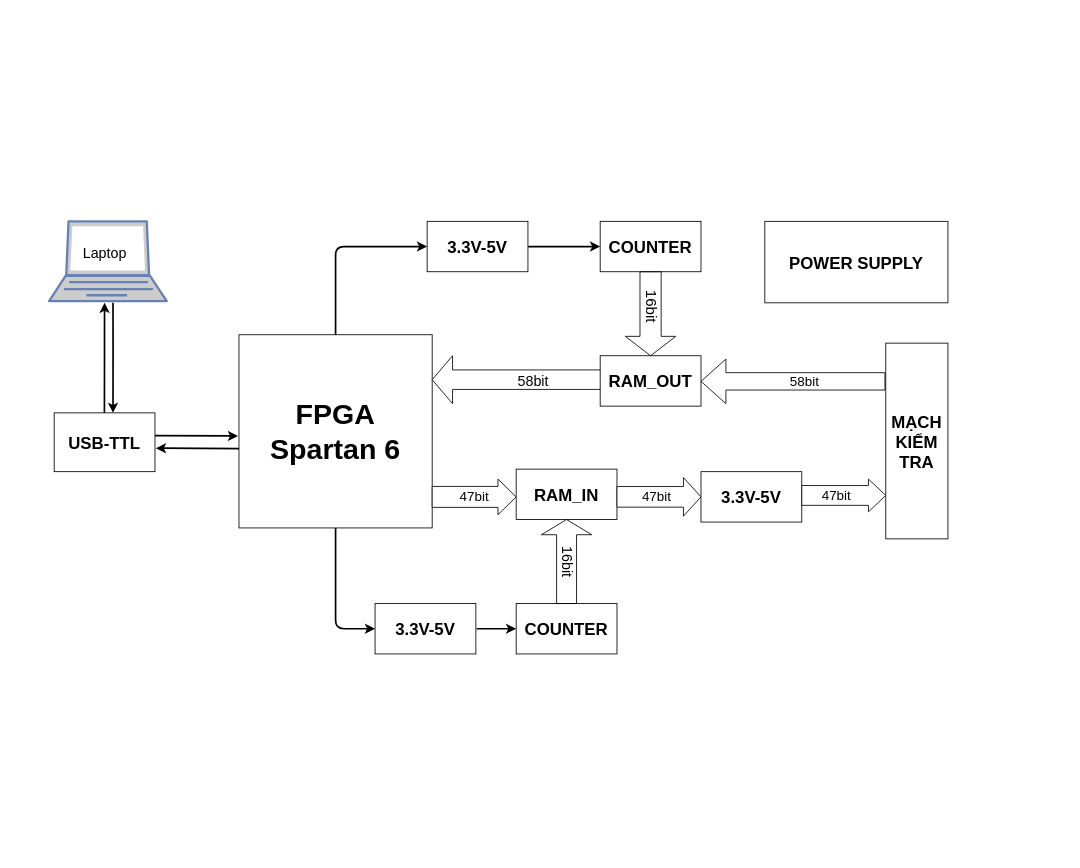
Before: page "Sơ đồ nguyên lý" (2 of 5) of Block diagram/Hardware/Sơ đồ các khối phần cứng.drawio in Bui-Diep/FPGA_TOPIC, a draw.io diagram. Source tidied: cells renumbered, new cells numbered last; positions are measured from the earlier drawing's top-left corner, leaving out a move shared by most shapes. Both pictures are drawn from the tidied source at 84%, with x=0, y=0 at pixel (49, 221).
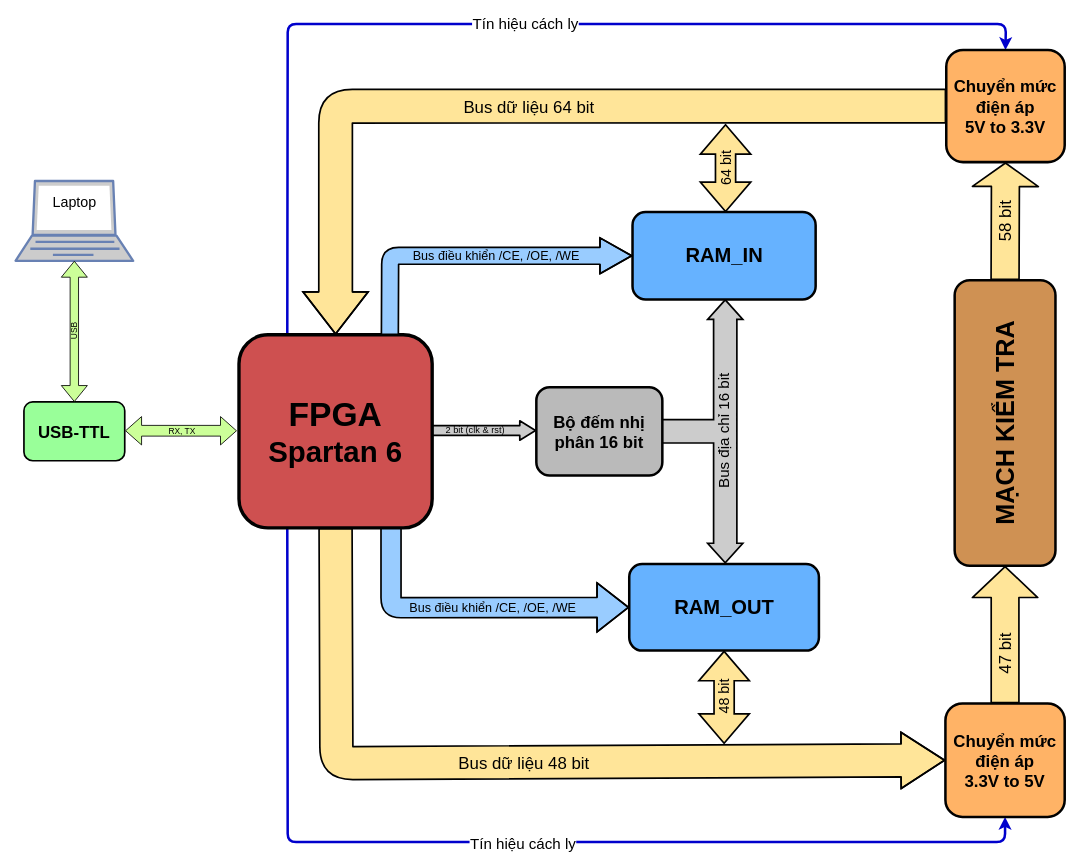
Above is the later version.

What changed in the source:
```diff
@@
-    <mxCell id="2" value="&lt;font style=&quot;font-size: 20px;&quot;&gt;&lt;b&gt;COUNTER&lt;/b&gt;&lt;/font&gt;" style="rounded=0;whiteSpace=wrap;html=1;" parent="1" vertex="1">
-      <mxGeometry x="656" width="120" height="60" as="geometry" />
-    </mxCell>
-    <mxCell id="3" style="edgeStyle=orthogonalEdgeStyle;rounded=1;jettySize=auto;html=1;entryX=0;entryY=0.5;entryDx=0;entryDy=0;strokeWidth=2;" parent="1" edge="1" source="4" target="36">
-      <mxGeometry relative="1" as="geometry" />
-    </mxCell>
+    <mxCell id="37" value="&lt;p style=&quot;line-height: 0%;&quot;&gt;&lt;font style=&quot;font-size: 18px;&quot;&gt;Bus địa chỉ 16 bit&lt;/font&gt;&lt;/p&gt;" style="html=1;shadow=0;dashed=0;align=center;verticalAlign=bottom;shape=mxgraph.arrows2.triadArrow;dy=7.07;dx=23.31;arrowHead=41.85;fontFamily=Helvetica;fontSize=24;fontColor=default;strokeColor=default;strokeWidth=2;fillColor=#CCCCCC;rotation=-90;horizontal=1;spacingBottom=-4;" parent="1" vertex="1">
+      <mxGeometry x="603.4" y="184.1" width="313" height="131.8" as="geometry" />
+    </mxCell>
+    <mxCell id="38" value="Tín hiệu cách ly" style="edgeStyle=none;exitX=0.25;exitY=1;exitDx=0;exitDy=0;entryX=0.5;entryY=1;entryDx=0;entryDy=0;strokeWidth=3;fontSize=18;strokeColor=#0000CC;labelBorderColor=none;html=1;" parent="1" edge="1" source="4" target="7">
+      <mxGeometry x="0.04" y="-3" relative="1" as="geometry">
+        <Array as="points">
+          <mxPoint x="284" y="739" />
+          <mxPoint x="1138" y="739" />
+        </Array>
+      </mxGeometry>
+    </mxCell>
+    <mxCell id="39" value="Tín hiệu cách ly" style="edgeStyle=none;fillStyle=auto;html=1;exitX=0.25;exitY=0;exitDx=0;exitDy=0;strokeWidth=3;fontSize=18;fillColor=none;entryX=0.5;entryY=0;entryDx=0;entryDy=0;labelBackgroundColor=default;fontColor=default;strokeColor=#0000CC;" parent="1" edge="1" source="4" target="47">
+      <mxGeometry x="0.04" relative="1" as="geometry">
+        <Array as="points">
+          <mxPoint x="284" y="-235" />
+          <mxPoint x="1139" y="-235" />
+        </Array>
+      </mxGeometry>
+    </mxCell>
-    <mxCell id="4" value="&lt;font style=&quot;font-size: 34px;&quot;&gt;&lt;b&gt;FPGA&lt;br&gt;Spartan 6&lt;br&gt;&lt;/b&gt;&lt;/font&gt;" style="whiteSpace=wrap;html=1;" parent="1" vertex="1">
+    <mxCell id="4" value="&lt;font style=&quot;&quot;&gt;&lt;b style=&quot;&quot;&gt;&lt;font style=&quot;font-size: 40px;&quot;&gt;FPGA&lt;/font&gt;&lt;br&gt;&lt;font style=&quot;font-size: 35px;&quot;&gt;Spartan 6&lt;/font&gt;&lt;br&gt;&lt;/b&gt;&lt;/font&gt;" style="rounded=1;whiteSpace=wrap;html=1;fontFamily=Helvetica;fontSize=12;fontColor=default;align=center;strokeColor=default;strokeWidth=4;fillColor=#ce5050;" parent="1" vertex="1">
       <mxGeometry x="226" y="135" width="230" height="230" as="geometry" />
     </mxCell>
-    <mxCell id="5" style="shape=singleArrow;direction=west;whiteSpace=wrap;html=1;fontSize=34;arrowWidth=0.4071389790815993;arrowSize=0.11767672119549388;" parent="1" vertex="1">
-      <mxGeometry x="456" y="160" width="206" height="57" as="geometry" />
-    </mxCell>
-    <mxCell id="6" style="shape=singleArrow;whiteSpace=wrap;html=1;fontSize=20;arrowWidth=0.5866661919487853;arrowSize=0.21666666666666742;" parent="1" vertex="1">
-      <mxGeometry x="456" y="306.8" width="100" height="42.5" as="geometry" />
-    </mxCell>
-    <mxCell id="7" value="&lt;font style=&quot;font-size: 20px;&quot;&gt;&lt;b&gt;3.3V-5V&lt;/b&gt;&lt;/font&gt;" style="rounded=0;whiteSpace=wrap;html=1;" parent="1" vertex="1">
-      <mxGeometry x="776" y="298" width="120" height="60" as="geometry" />
+    <mxCell id="7" value="&lt;font style=&quot;font-size: 20px;&quot;&gt;&lt;b&gt;Chuyển mức điện áp &lt;br&gt;3.3V to 5V&lt;/b&gt;&lt;/font&gt;" style="rounded=1;whiteSpace=wrap;html=1;fontFamily=Helvetica;fontSize=12;fontColor=default;align=center;strokeColor=default;fillColor=#FFB366;strokeWidth=3;" parent="1" vertex="1">
+      <mxGeometry x="1067" y="574" width="142" height="135" as="geometry" />
     </mxCell>
-    <mxCell id="8" value="47bit" style="text;html=1;align=center;verticalAlign=middle;strokeColor=none;fillColor=none;fontSize=16;" parent="1" vertex="1">
-      <mxGeometry x="476" y="313" width="60" height="30" as="geometry" />
-    </mxCell>
+    <mxCell id="17" value="&lt;font size=&quot;1&quot; style=&quot;&quot;&gt;&lt;b style=&quot;font-size: 24px;&quot;&gt;RAM_IN&lt;/b&gt;&lt;/font&gt;" style="rounded=1;whiteSpace=wrap;html=1;fontFamily=Helvetica;fontSize=12;fontColor=default;align=center;strokeColor=default;strokeWidth=3;fillColor=#66B2FF;" parent="1" vertex="1">
+      <mxGeometry x="694.5" y="-11" width="218" height="104" as="geometry" />
+    </mxCell>
+    <mxCell id="26" value="&lt;b&gt;USB-TTL&lt;/b&gt;" style="rounded=1;whiteSpace=wrap;html=1;shadow=0;fontFamily=Helvetica;fontSize=20;fontColor=default;align=center;strokeColor=default;fillColor=#99FF99;strokeWidth=2;" parent="1" vertex="1">
+      <mxGeometry x="-30" y="215" width="120" height="70" as="geometry" />
+    </mxCell>
+    <mxCell id="29" style="fontColor=#0066CC;verticalAlign=top;verticalLabelPosition=bottom;labelPosition=center;align=center;html=1;outlineConnect=0;fillColor=#CCCCCC;strokeColor=#6881B3;gradientColor=none;gradientDirection=north;strokeWidth=2;shape=mxgraph.networks.laptop;fontSize=17;" parent="1" vertex="1">
+      <mxGeometry x="-40" y="-48" width="140" height="95" as="geometry" />
+    </mxCell>
+    <mxCell id="32" value="&lt;font color=&quot;#000000&quot;&gt;Laptop&lt;/font&gt;" style="text;html=1;align=center;verticalAlign=middle;fontSize=17;strokeColor=none;strokeWidth=1;" parent="1" vertex="1">
+      <mxGeometry x="-7.5" y="-39" width="75" height="35" as="geometry" />
+    </mxCell>
+    <mxCell id="40" value="&lt;font size=&quot;1&quot; style=&quot;&quot;&gt;&lt;b style=&quot;font-size: 24px;&quot;&gt;RAM_OUT&lt;/b&gt;&lt;/font&gt;" style="rounded=1;whiteSpace=wrap;html=1;fontFamily=Helvetica;fontSize=12;fontColor=default;align=center;strokeColor=default;strokeWidth=3;fillColor=#66B2FF;" parent="1" vertex="1">
+      <mxGeometry x="690.6" y="408" width="225.8" height="103" as="geometry" />
+    </mxCell>
+    <mxCell id="41" value="&lt;font style=&quot;font-size: 20px;&quot;&gt;&lt;b&gt;Bộ đếm nhị phân 16 bit&lt;br&gt;&lt;/b&gt;&lt;/font&gt;" style="rounded=1;whiteSpace=wrap;html=1;fontFamily=Helvetica;fontSize=12;fontColor=default;align=center;strokeColor=default;strokeWidth=3;fillColor=#BABABA;" parent="1" vertex="1">
+      <mxGeometry x="580" y="197.5" width="150" height="105" as="geometry" />
+    </mxCell>
-    <mxCell id="9" value="&lt;font style=&quot;font-size: 20px;&quot;&gt;&lt;b&gt;MẠCH KIỂM TRA&lt;/b&gt;&lt;/font&gt;" style="rounded=0;whiteSpace=wrap;html=1;fontSize=20;" parent="1" vertex="1">
-      <mxGeometry x="996" y="145" width="74" height="233" as="geometry" />
+    <mxCell id="9" value="MẠCH KIỂM TRA" style="rounded=1;whiteSpace=wrap;html=1;strokeWidth=3;fontSize=30;horizontal=0;fontStyle=1;fillColor=#CF9153;" parent="1" vertex="1">
+      <mxGeometry x="1078" y="70" width="120" height="340" as="geometry" />
     </mxCell>
-    <mxCell id="10" value="&lt;font size=&quot;1&quot; style=&quot;&quot;&gt;&lt;b style=&quot;font-size: 20px;&quot;&gt;RAM_IN&lt;/b&gt;&lt;/font&gt;" style="rounded=0;whiteSpace=wrap;html=1;" parent="1" vertex="1">
-      <mxGeometry x="556" y="295" width="120" height="60" as="geometry" />
-    </mxCell>
-    <mxCell id="11" style="shape=singleArrow;direction=west;whiteSpace=wrap;html=1;fontSize=34;arrowWidth=0.38993614724597164;arrowSize=0.13546441715420487;" parent="1" vertex="1">
-      <mxGeometry x="776" y="164" width="219" height="53" as="geometry" />
-    </mxCell>
-    <mxCell id="12" style="shape=singleArrow;whiteSpace=wrap;html=1;fontSize=20;arrowWidth=0.6053758518670179;arrowSize=0.20645117975050425;" parent="1" vertex="1">
-      <mxGeometry x="896" y="306.8" width="100" height="39" as="geometry" />
-    </mxCell>
-    <mxCell id="13" value="47bit" style="text;html=1;align=center;verticalAlign=middle;strokeColor=none;fillColor=none;fontSize=16;" parent="1" vertex="1">
-      <mxGeometry x="907" y="311.2" width="60" height="30" as="geometry" />
-    </mxCell>
-    <mxCell id="14" value="58bit" style="text;html=1;align=center;verticalAlign=middle;strokeColor=none;fillColor=none;fontSize=16;" parent="1" vertex="1">
-      <mxGeometry x="869" y="175" width="60" height="30" as="geometry" />
-    </mxCell>
-    <mxCell id="15" style="shape=singleArrow;whiteSpace=wrap;html=1;fontSize=20;arrowWidth=0.5341072691542323;arrowSize=0.20846146803635748;" parent="1" vertex="1">
-      <mxGeometry x="676" y="305" width="100" height="46" as="geometry" />
-    </mxCell>
-    <mxCell id="16" value="47bit" style="text;html=1;align=center;verticalAlign=middle;strokeColor=none;fillColor=none;fontSize=16;" parent="1" vertex="1">
-      <mxGeometry x="693" y="313" width="60" height="30" as="geometry" />
-    </mxCell>
-    <mxCell id="17" value="&lt;font size=&quot;1&quot; style=&quot;&quot;&gt;&lt;b style=&quot;font-size: 20px;&quot;&gt;RAM_OUT&lt;/b&gt;&lt;/font&gt;" style="rounded=0;whiteSpace=wrap;html=1;fillColor=default;" parent="1" vertex="1">
-      <mxGeometry x="656" y="160" width="120" height="60" as="geometry" />
-    </mxCell>
-    <mxCell id="18" style="shape=singleArrow;direction=south;whiteSpace=wrap;html=1;shadow=0;fontSize=16;fillColor=none;arrowWidth=0.42000081380208104;arrowSize=0.23080004882812546;" parent="1" vertex="1">
-      <mxGeometry x="686" y="60" width="60" height="100" as="geometry" />
-    </mxCell>
-    <mxCell id="19" style="edgeStyle=orthogonalEdgeStyle;rounded=0;jettySize=auto;html=1;exitX=1;exitY=0.5;exitDx=0;exitDy=0;entryX=0;entryY=0.5;entryDx=0;entryDy=0;fontSize=16;strokeWidth=2;" parent="1" edge="1" source="20" target="2">
-      <mxGeometry relative="1" as="geometry" />
-    </mxCell>
-    <mxCell id="20" value="&lt;font style=&quot;font-size: 20px;&quot;&gt;&lt;b&gt;3.3V-5V&lt;/b&gt;&lt;/font&gt;" style="rounded=0;whiteSpace=wrap;html=1;" parent="1" vertex="1">
-      <mxGeometry x="450" width="120" height="60" as="geometry" />
-    </mxCell>
-    <mxCell id="21" style="edgeStyle=orthogonalEdgeStyle;rounded=1;jettySize=auto;html=1;entryX=0;entryY=0.5;entryDx=0;entryDy=0;fontSize=16;strokeWidth=2;" parent="1" edge="1" source="4" target="20">
-      <mxGeometry relative="1" as="geometry" />
-    </mxCell>
-    <mxCell id="22" value="&lt;font style=&quot;font-size: 20px;&quot;&gt;&lt;b&gt;COUNTER&lt;/b&gt;&lt;/font&gt;" style="rounded=0;whiteSpace=wrap;html=1;fillColor=default;" parent="1" vertex="1">
-      <mxGeometry x="556" y="455" width="120" height="60" as="geometry" />
-    </mxCell>
-    <mxCell id="23" style="shape=singleArrow;direction=north;whiteSpace=wrap;html=1;shadow=0;fontSize=16;fillColor=none;arrowWidth=0.39599934895833255;arrowSize=0.1808001708984375;" parent="1" vertex="1">
-      <mxGeometry x="586" y="355" width="60" height="100" as="geometry" />
-    </mxCell>
-    <mxCell id="24" value="&lt;font style=&quot;font-size: 17px;&quot;&gt;16bit&lt;/font&gt;" style="text;html=1;align=center;verticalAlign=middle;strokeColor=none;fillColor=none;fontSize=16;rotation=90;" parent="1" vertex="1">
-      <mxGeometry x="586" y="390" width="60" height="30" as="geometry" />
-    </mxCell>
-    <mxCell id="25" value="&lt;font style=&quot;font-size: 18px;&quot;&gt;16bit&lt;/font&gt;" style="text;html=1;align=center;verticalAlign=middle;strokeColor=none;fillColor=none;fontSize=16;rotation=90;" parent="1" vertex="1">
-      <mxGeometry x="687" y="81" width="60" height="40" as="geometry" />
-    </mxCell>
-    <mxCell id="26" value="&lt;b&gt;USB-TTL&lt;/b&gt;" style="rounded=0;whiteSpace=wrap;html=1;shadow=0;fontSize=20;fillColor=default;" parent="1" vertex="1">
-      <mxGeometry x="6" y="228" width="120" height="70" as="geometry" />
-    </mxCell>
-    <mxCell id="27" value="&lt;div style=&quot;&quot;&gt;&lt;b style=&quot;background-color: initial; font-size: 20px; line-height: 1.2;&quot;&gt;POWER SUPPLY&lt;/b&gt;&lt;/div&gt;" style="rounded=0;whiteSpace=wrap;html=1;shadow=0;fontSize=12;fillColor=default;align=center;" parent="1" vertex="1">
-      <mxGeometry x="852" width="218" height="97" as="geometry" />
-    </mxCell>
-    <mxCell id="28" value="58bit" style="text;html=1;align=center;verticalAlign=middle;strokeColor=none;fillColor=none;fontSize=17;" parent="1" vertex="1">
-      <mxGeometry x="546" y="173" width="60" height="35" as="geometry" />
-    </mxCell>
-    <mxCell id="29" style="fontColor=#0066CC;verticalAlign=top;verticalLabelPosition=bottom;labelPosition=center;align=center;html=1;outlineConnect=0;fillColor=#CCCCCC;strokeColor=#6881B3;gradientColor=none;gradientDirection=north;strokeWidth=2;shape=mxgraph.networks.laptop;fontSize=17;" parent="1" vertex="1">
-      <mxGeometry width="140" height="95" as="geometry" />
-    </mxCell>
-    <mxCell id="30" style="endArrow=classic;html=1;rounded=1;strokeWidth=2;fontSize=17;" parent="1" edge="1">
-      <mxGeometry relative="1" as="geometry">
-        <mxPoint x="76" y="97" as="sourcePoint" />
-        <mxPoint x="76" y="228" as="targetPoint" />
-        <Array as="points">
-          <mxPoint x="76.1" y="130.1" />
-          <mxPoint x="76.1" y="175.1" />
-        </Array>
-      </mxGeometry>
-    </mxCell>
-    <mxCell id="31" style="endArrow=classic;html=1;rounded=1;strokeWidth=2;fontSize=17;exitX=0.416;exitY=-0.001;exitDx=0;exitDy=0;exitPerimeter=0;" parent="1" edge="1">
-      <mxGeometry relative="1" as="geometry">
-        <mxPoint x="65.8" y="228" as="sourcePoint" />
-        <mxPoint x="66" y="97" as="targetPoint" />
-        <Array as="points">
-          <mxPoint x="65.9" y="175.1" />
-          <mxPoint x="65.9" y="130.1" />
-        </Array>
-      </mxGeometry>
-    </mxCell>
-    <mxCell id="32" value="&lt;font color=&quot;#000000&quot;&gt;Laptop&lt;/font&gt;" style="text;html=1;align=center;verticalAlign=middle;fontSize=17;strokeColor=none;strokeWidth=1;" parent="1" vertex="1">
-      <mxGeometry x="28.5" y="21" width="75" height="35" as="geometry" />
-    </mxCell>
-    <mxCell id="33" style="endArrow=classic;html=1;rounded=1;strokeWidth=2;fontSize=17;entryX=-0.005;entryY=0.524;entryDx=0;entryDy=0;entryPerimeter=0;" parent="1" edge="1" target="4">
-      <mxGeometry relative="1" as="geometry">
-        <mxPoint x="126" y="255" as="sourcePoint" />
-      </mxGeometry>
-    </mxCell>
-    <mxCell id="34" style="endArrow=classic;html=1;rounded=1;strokeWidth=2;fontSize=17;entryX=-0.005;entryY=0.524;entryDx=0;entryDy=0;entryPerimeter=0;" parent="1" edge="1">
-      <mxGeometry relative="1" as="geometry">
-        <mxPoint x="226" y="270.5" as="sourcePoint" />
-        <mxPoint x="127.1" y="270" as="targetPoint" />
-      </mxGeometry>
-    </mxCell>
-    <mxCell id="35" style="edgeStyle=none;curved=1;rounded=0;jettySize=auto;html=1;entryX=0;entryY=0.5;entryDx=0;entryDy=0;fontSize=12;endArrow=classic;sourcePerimeterSpacing=8;targetPerimeterSpacing=8;endFill=1;strokeWidth=2;" parent="1" edge="1" target="22">
-      <mxGeometry relative="1" as="geometry">
-        <mxPoint x="509" y="485" as="sourcePoint" />
-      </mxGeometry>
-    </mxCell>
-    <mxCell id="36" value="&lt;font style=&quot;font-size: 20px;&quot;&gt;&lt;b&gt;3.3V-5V&lt;/b&gt;&lt;/font&gt;" style="rounded=0;whiteSpace=wrap;html=1;" parent="1" vertex="1">
-      <mxGeometry x="388" y="455" width="120" height="60" as="geometry" />
-    </mxCell>
+    <mxCell id="42" value="RX, TX" style="shape=flexArrow;endArrow=classic;startArrow=classic;html=1;fontSize=10;width=12.771084337349397;startSize=6.014457831325301;labelBackgroundColor=none;fillColor=#CCFF99;spacingBottom=-1;" parent="1" edge="1">
+      <mxGeometry relative="1" as="geometry">
+        <mxPoint x="90.5" y="249.3" as="sourcePoint" />
+        <mxPoint x="223.5" y="249.3" as="targetPoint" />
+      </mxGeometry>
+    </mxCell>
+    <mxCell id="43" value="USB" style="shape=flexArrow;endArrow=classic;startArrow=classic;html=1;entryX=0.5;entryY=1;entryDx=0;entryDy=0;entryPerimeter=0;exitX=0.5;exitY=0;exitDx=0;exitDy=0;horizontal=0;fillColor=#CCFF99;labelBackgroundColor=none;fontSize=10;" parent="1" edge="1" source="26" target="29">
+      <mxGeometry relative="1" as="geometry" />
+    </mxCell>
+    <mxCell id="44" value="&lt;font style=&quot;font-size: 11px;&quot;&gt;2 bit (clk &amp;amp; rst)&lt;/font&gt;" style="shape=flexArrow;endArrow=classic;html=1;entryX=0;entryY=0.5;entryDx=0;entryDy=0;exitX=1;exitY=0.5;exitDx=0;exitDy=0;verticalAlign=middle;fontSize=7;width=10.79136690647482;endSize=5.572661870503596;strokeWidth=2;fillColor=#CCCCCC;labelBackgroundColor=none;endWidth=9.30896870405377;spacingBottom=0;spacingTop=0;" parent="1" edge="1">
+      <mxGeometry x="-0.18" relative="1" as="geometry">
+        <mxPoint x="456" y="249" as="sourcePoint" />
+        <mxPoint x="580" y="249" as="targetPoint" />
+      </mxGeometry>
+    </mxCell>
+    <mxCell id="45" value="&lt;span style=&quot;font-size: 20px;&quot;&gt;Bus dữ liệu 48 bit&lt;/span&gt;" style="shape=flexArrow;endArrow=classic;html=1;exitX=0.5;exitY=1;exitDx=0;exitDy=0;width=38.333333333333336;endSize=16.6;entryX=0;entryY=0.5;entryDx=0;entryDy=0;endWidth=25.52941176470588;strokeWidth=2;fillColor=#FFE599;strokeColor=default;labelBackgroundColor=none;" parent="1" edge="1" source="4" target="7">
+      <mxGeometry relative="1" as="geometry">
+        <Array as="points">
+          <mxPoint x="342" y="645" />
+        </Array>
+      </mxGeometry>
+    </mxCell>
+    <mxCell id="46" value="&lt;font style=&quot;font-size: 17px;&quot;&gt;48 bit&lt;/font&gt;" style="html=1;shadow=0;dashed=0;align=center;verticalAlign=middle;shape=mxgraph.arrows2.twoWayArrow;dy=0.6;dx=35;strokeWidth=2;fontSize=18;rotation=-90;fillColor=#FFE599;" parent="1" vertex="1">
+      <mxGeometry x="748.9" y="536.6" width="109.3" height="60" as="geometry" />
+    </mxCell>
+    <mxCell id="47" value="&lt;font style=&quot;font-size: 20px;&quot;&gt;&lt;b&gt;Chuyển mức điện áp &lt;br&gt;5V to 3.3V&lt;/b&gt;&lt;/font&gt;" style="rounded=1;whiteSpace=wrap;html=1;fontFamily=Helvetica;fontSize=12;fontColor=default;align=center;strokeColor=default;fillColor=#FFB366;strokeWidth=3;" parent="1" vertex="1">
+      <mxGeometry x="1068" y="-204" width="141" height="133.5" as="geometry" />
+    </mxCell>
+    <mxCell id="48" value="&lt;font style=&quot;font-size: 20px;&quot;&gt;47 bit&lt;/font&gt;" style="shape=flexArrow;endArrow=classic;html=1;fillStyle=auto;strokeWidth=2;fontSize=18;fillColor=#FFE599;exitX=0.5;exitY=0;exitDx=0;exitDy=0;entryX=0.5;entryY=1;entryDx=0;entryDy=0;endWidth=42.857142857142854;endSize=11.611428571428572;width=32;horizontal=0;strokeColor=default;labelBackgroundColor=none;" parent="1" edge="1" source="7" target="9">
+      <mxGeometry x="-0.28" relative="1" as="geometry" />
+    </mxCell>
+    <mxCell id="49" value="&lt;font style=&quot;font-size: 20px;&quot;&gt;58 bit&lt;/font&gt;" style="shape=flexArrow;endArrow=classic;html=1;fillStyle=auto;strokeWidth=2;fontSize=18;fillColor=#FFE599;exitX=0.5;exitY=0;exitDx=0;exitDy=0;entryX=0.5;entryY=1;entryDx=0;entryDy=0;endWidth=43.21070234113713;endSize=8.669565217391305;width=32.30769230769231;horizontal=0;strokeColor=default;labelBackgroundColor=none;" parent="1" edge="1" source="9" target="47">
+      <mxGeometry relative="1" as="geometry" />
+    </mxCell>
+    <mxCell id="50" value="&lt;font style=&quot;font-size: 17px;&quot;&gt;64 bit&lt;/font&gt;" style="html=1;shadow=0;dashed=0;align=center;verticalAlign=middle;shape=mxgraph.arrows2.twoWayArrow;dy=0.6;dx=35;strokeWidth=2;fontSize=18;rotation=-90;fillColor=#FFE599;" parent="1" vertex="1">
+      <mxGeometry x="753.6" y="-93.4" width="103.3" height="60" as="geometry" />
+    </mxCell>
+    <mxCell id="51" style="shape=flexArrow;endArrow=classic;html=1;fillStyle=auto;strokeWidth=2;fontSize=20;fillColor=#FFE599;entryX=0.5;entryY=0;entryDx=0;entryDy=0;exitX=0;exitY=0.5;exitDx=0;exitDy=0;endWidth=35.67567567567568;endSize=16.043243243243243;width=39;labelBackgroundColor=none;labelBorderColor=none;fontColor=default;" parent="1" edge="1" source="47" target="4">
+      <mxGeometry relative="1" as="geometry">
+        <Array as="points">
+          <mxPoint x="341" y="-137" />
+        </Array>
+      </mxGeometry>
+    </mxCell>
+    <mxCell id="52" value="Bus dữ liệu 64 bit" style="edgeLabel;html=1;align=center;verticalAlign=middle;fontSize=20;fontFamily=Helvetica;fontColor=default;labelBackgroundColor=none;" parent="51" vertex="1">
+      <mxGeometry x="-0.14" y="1" relative="1" as="geometry">
+        <mxPoint x="-68" y="-1" as="offset" />
+      </mxGeometry>
+    </mxCell>
+    <mxCell id="53" value="&lt;font style=&quot;font-size: 15px;&quot;&gt;Bus điều khiển /CE, /OE, /WE&lt;/font&gt;" style="shape=flexArrow;endArrow=classic;html=1;rounded=1;labelBackgroundColor=none;strokeColor=default;strokeWidth=2;fontFamily=Helvetica;fontSize=12;fontColor=default;endSize=11.91891891891892;fillColor=#99CCFF;entryX=0;entryY=0.5;entryDx=0;entryDy=0;exitX=0.781;exitY=0.002;exitDx=0;exitDy=0;exitPerimeter=0;endWidth=20.450450450450447;width=19.166666666666668;" parent="1" edge="1" source="4" target="17">
+      <mxGeometry x="0.15" relative="1" as="geometry">
+        <Array as="points">
+          <mxPoint x="406" y="41" />
+        </Array>
+      </mxGeometry>
+    </mxCell>
+    <mxCell id="54" value="&lt;font style=&quot;font-size: 15px;&quot;&gt;Bus điều khiển /CE, /OE, /WE&lt;/font&gt;" style="shape=flexArrow;endArrow=classic;html=1;rounded=1;labelBackgroundColor=none;strokeColor=default;strokeWidth=2;fontFamily=Helvetica;fontSize=12;fontColor=default;endSize=11.767567567567566;fillColor=#99CCFF;entryX=0;entryY=0.5;entryDx=0;entryDy=0;endWidth=32.509652509652504;width=22.857142857142858;" parent="1" edge="1" target="40">
+      <mxGeometry x="0.14" relative="1" as="geometry">
+        <mxPoint x="407" y="365" as="sourcePoint" />
+        <Array as="points">
+          <mxPoint x="407" y="460" />
+        </Array>
+      </mxGeometry>
+    </mxCell>
```
